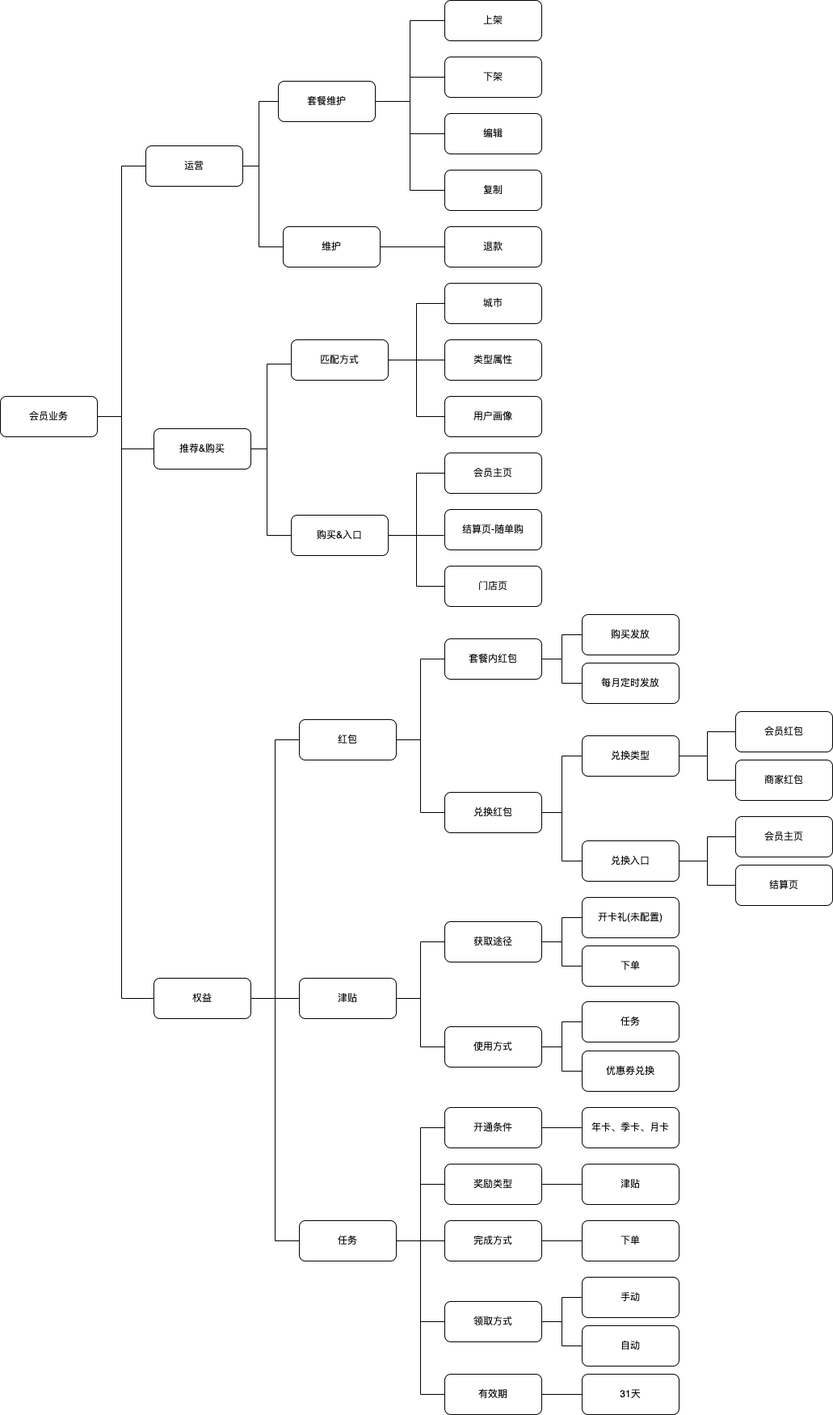
845642761/diagram keeps this draw.io diagram as 会员支持业务.png. Above is the earlier version. Source tidied: cells renumbered, new cells last; positions are measured from the earlier drawing's top-left corner, leaving out a move shared by most shapes.
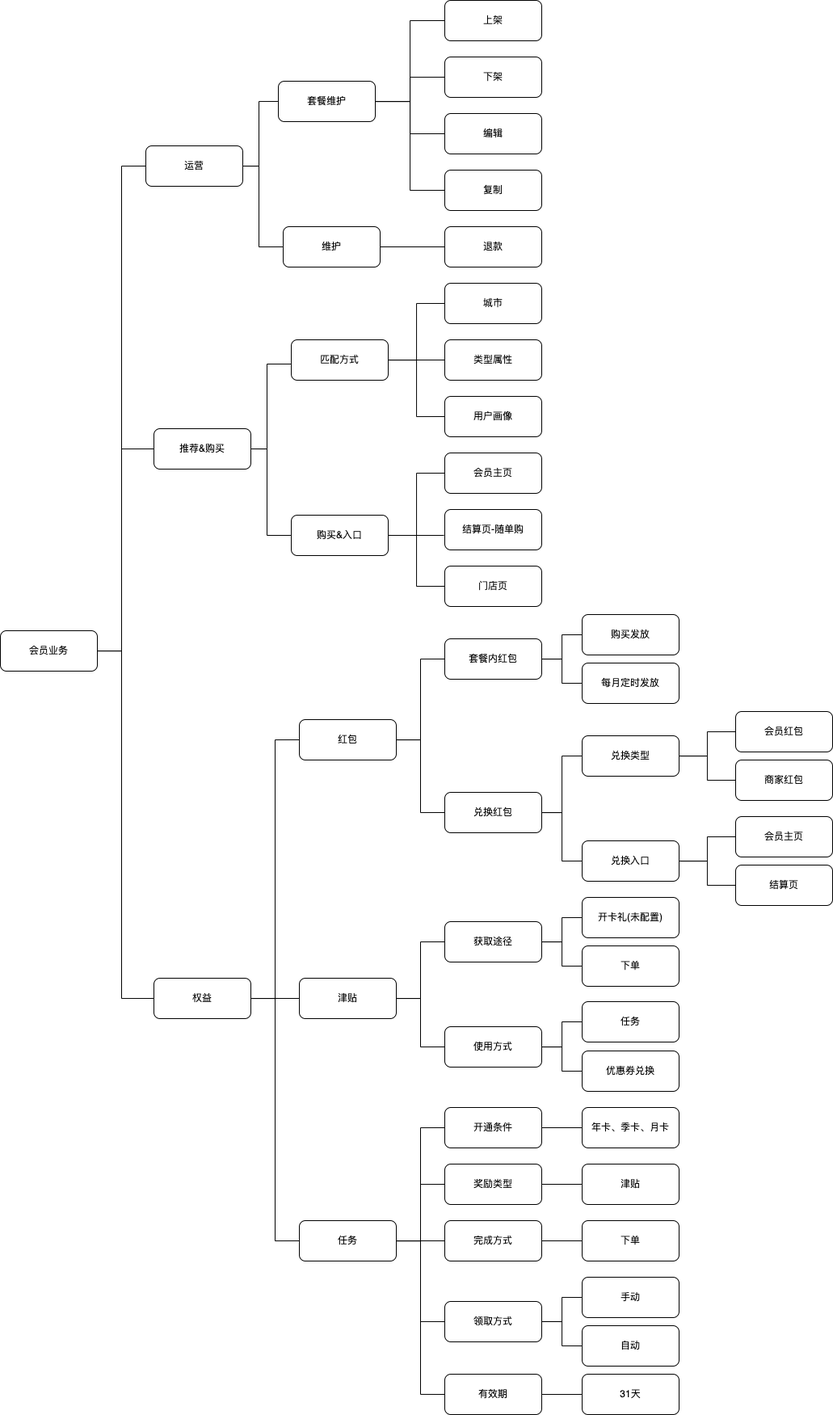
Above is the later version.

Commit message:
更新会员支持业务.png

Diff of the diagram source:
```diff
@@ -1,4 +1,4 @@
-<mxGraphModel>
+<mxGraphModel background="#FFFFFF">
   <root>
     <mxCell id="0" />
     <mxCell id="1" parent="0" />
@@ -24,24 +24,24 @@
     <mxCell id="5" style="edgeStyle=orthogonalEdgeStyle;rounded=0;jettySize=auto;html=1;entryX=0;entryY=0.5;entryDx=0;entryDy=0;endArrow=none;endFill=0;" parent="1" edge="1" source="8" target="4">
       <mxGeometry relative="1" as="geometry" />
     </mxCell>
+    <mxCell id="7" style="edgeStyle=orthogonalEdgeStyle;rounded=0;jettySize=auto;html=1;entryX=0;entryY=0.5;entryDx=0;entryDy=0;endArrow=none;endFill=0;exitX=1;exitY=0.5;exitDx=0;exitDy=0;" parent="1" edge="1" source="8" target="12">
+      <mxGeometry relative="1" as="geometry">
+        <Array as="points">
+          <mxPoint x="150" y="805" />
+          <mxPoint x="150" y="1235" />
+        </Array>
+      </mxGeometry>
+    </mxCell>
-    <mxCell id="6" style="edgeStyle=orthogonalEdgeStyle;rounded=0;jettySize=auto;html=1;endArrow=none;endFill=0;entryX=0;entryY=0.5;entryDx=0;entryDy=0;" parent="1" edge="1" source="8" target="13">
+    <mxCell id="6" style="edgeStyle=orthogonalEdgeStyle;rounded=0;jettySize=auto;html=1;entryX=0;entryY=0.5;entryDx=0;entryDy=0;endArrow=none;endFill=0;" parent="1" edge="1" source="8" target="13">
       <mxGeometry relative="1" as="geometry">
         <Array as="points">
-          <mxPoint x="150" y="515" />
+          <mxPoint x="150" y="805" />
           <mxPoint x="150" y="555" />
         </Array>
       </mxGeometry>
     </mxCell>
-    <mxCell id="7" style="edgeStyle=orthogonalEdgeStyle;rounded=0;jettySize=auto;html=1;entryX=0;entryY=0.5;entryDx=0;entryDy=0;endArrow=none;endFill=0;" parent="1" edge="1" source="8" target="12">
-      <mxGeometry relative="1" as="geometry">
-        <Array as="points">
-          <mxPoint x="150" y="515" />
-          <mxPoint x="150" y="1235" />
-        </Array>
-      </mxGeometry>
-    </mxCell>
     <mxCell id="8" value="会员业务" style="rounded=1;whiteSpace=wrap;html=1;" parent="1" vertex="1">
-      <mxGeometry y="490" width="120" height="50" as="geometry" />
+      <mxGeometry y="780" width="120" height="50" as="geometry" />
     </mxCell>
     <mxCell id="9" style="edgeStyle=orthogonalEdgeStyle;rounded=0;jettySize=auto;html=1;entryX=0;entryY=0.5;entryDx=0;entryDy=0;endArrow=none;endFill=0;" parent="1" edge="1" source="12" target="27">
       <mxGeometry relative="1" as="geometry" />
```
